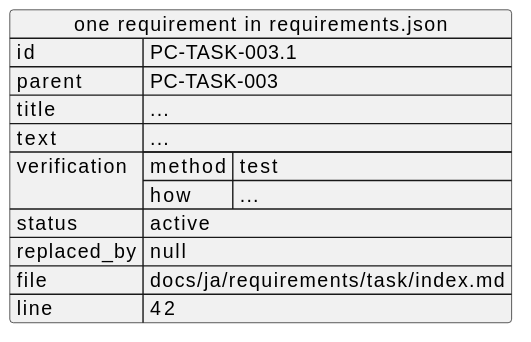
The PlantUML diagram docs/ja/requirements/export/export-json.svg in cloveclovedev/cumin-trace, before a commit.
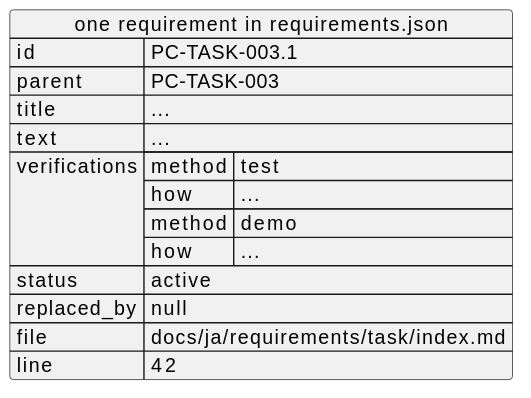
The same file after the commit.

Change to the diagram source:
```diff
@@ -4,10 +4,10 @@
   "parent": "PC-TASK-003",
   "title": "...",
   "text": "...",
-  "verification": {
-    "method": "test",
-    "how": "..."
-  },
+  "verifications": [
+    {"method": "test", "how": "..."},
+    {"method": "demo", "how": "..."}
+  ],
   "status": "active",
   "replaced_by": null,
   "file": "docs/ja/requirements/task/index.md",
```
